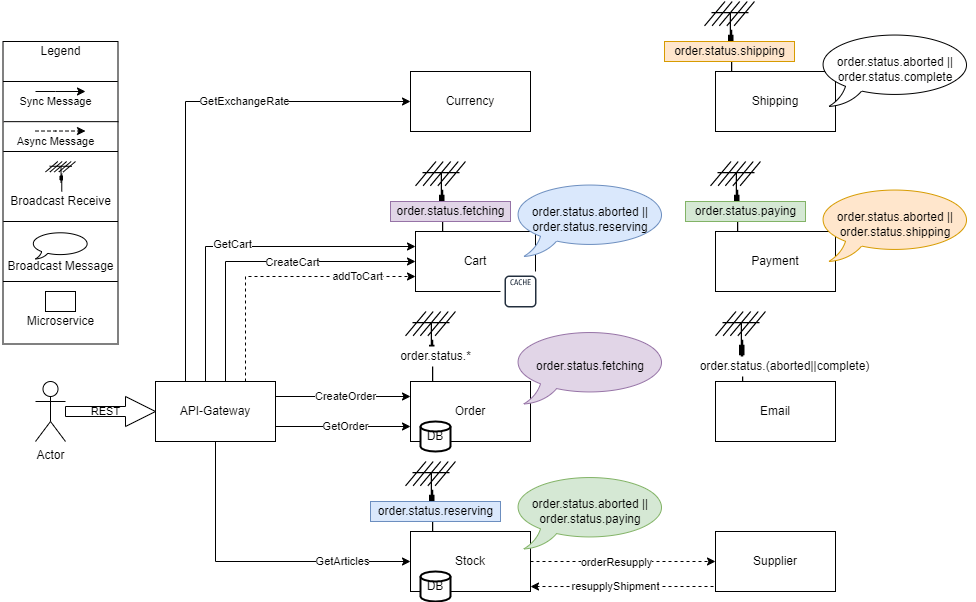
This is assets/ServicesMessages.png from Tobias-Pe/microservices-error-handling, a draw.io export, as it was before one commit. Source tidied: cells renumbered, new cells last; positions are measured from the earlier drawing's top-left corner, leaving out a move shared by most shapes.
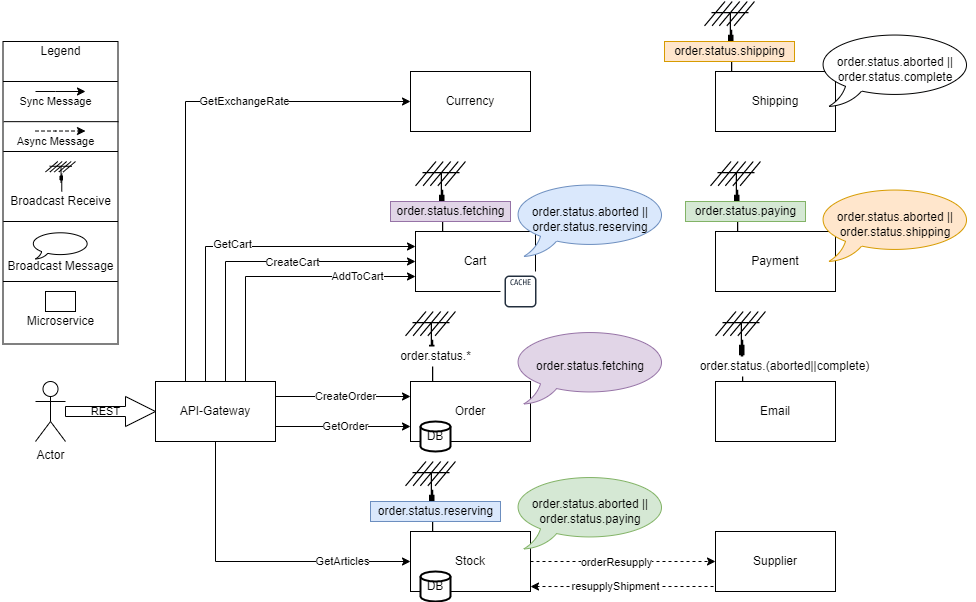
Later version of the same file.

Commit message:
:bento: AddToCart to synchronous

The edit, as a diff of the source:
```diff
@@ -43,7 +43,7 @@
         <mxPoint x="20" y="1" as="offset" />
       </mxGeometry>
     </mxCell>
-    <mxCell id="11" value="addToCart" style="edgeStyle=orthogonalEdgeStyle;rounded=0;jettySize=auto;html=1;exitX=0.75;exitY=0;exitDx=0;exitDy=0;entryX=0;entryY=0.75;entryDx=0;entryDy=0;dashed=1;" parent="1" edge="1" source="12" target="21">
+    <mxCell id="11" value="AddToCart" style="edgeStyle=orthogonalEdgeStyle;rounded=0;jettySize=auto;html=1;exitX=0.75;exitY=0;exitDx=0;exitDy=0;entryX=0;entryY=0.75;entryDx=0;entryDy=0;" parent="1" edge="1" source="12" target="21">
       <mxGeometry x="0.58" relative="1" as="geometry" />
     </mxCell>
     <mxCell id="12" value="API-Gateway" style="rounded=0;whiteSpace=wrap;html=1;" parent="1" vertex="1">
```
